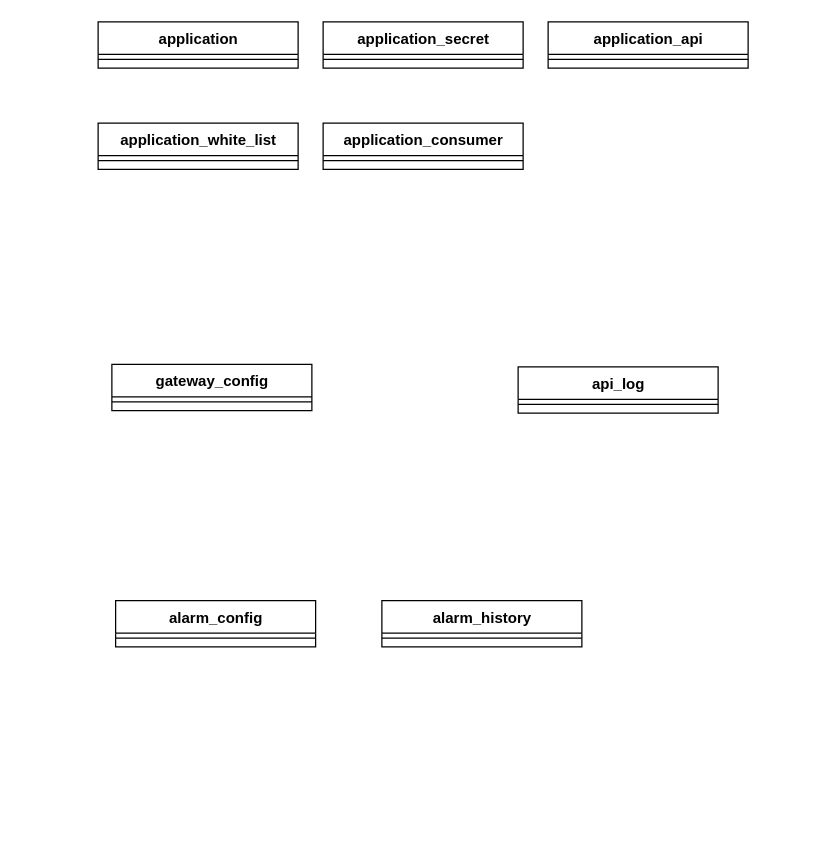
Above: 未命名绘图.drawio in mengfanzhen/drawio (draw.io), before the change. Source tidied: cells renumbered, new cells numbered last; positions are measured from the earlier drawing's top-left corner, leaving out a move shared by most shapes. Both pictures are drawn from the tidied source at 125%, with x=0, y=0 at pixel (98, 21).
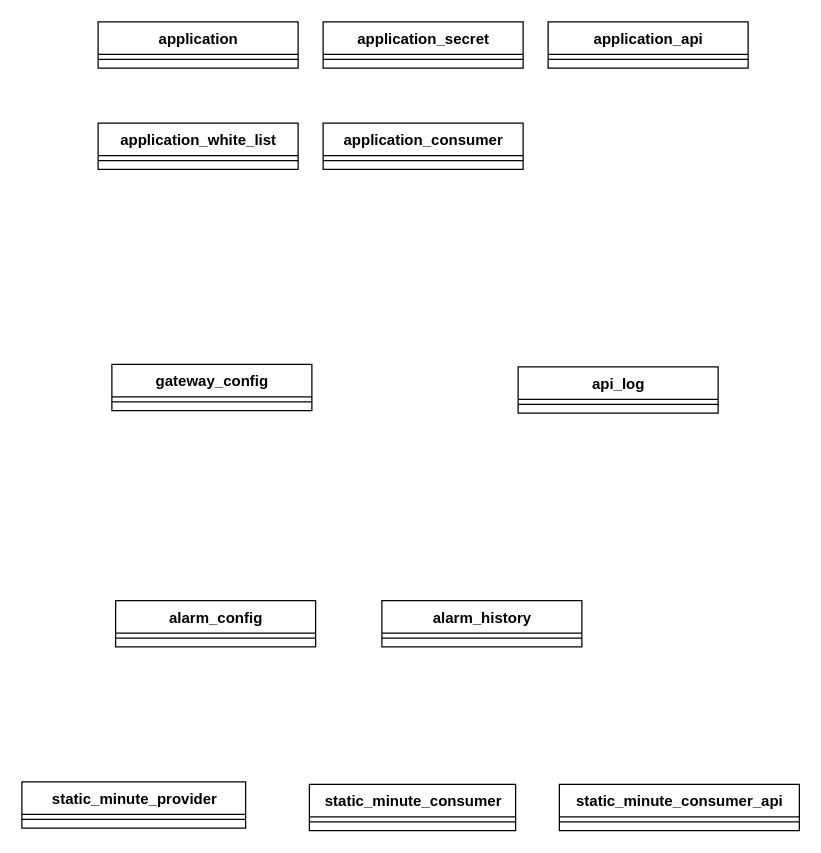
The same page after the edit.

Commit message:
更新未命名绘图.drawio

Diff of the diagram source:
```diff
@@
+    <mxCell id="20" value="&lt;font face=&quot;宋体&quot;&gt;static_minute_provider&lt;/font&gt;" style="swimlane;html=1;fontStyle=1;align=center;verticalAlign=top;horizontal=1;startSize=26;swimlaneFillColor=#ffffff;rounded=0;shadow=0;comic=0;labelBackgroundColor=none;strokeWidth=1;fillColor=none;fontFamily=Verdana;fontSize=12;" parent="1" vertex="1">
+      <mxGeometry x="-61" y="608" width="179" height="37" as="geometry" />
+    </mxCell>
+    <mxCell id="21" style="line;html=1;strokeWidth=1;fillColor=none;align=left;verticalAlign=middle;spacingTop=-1;spacingLeft=3;spacingRight=3;labelPosition=right;" parent="20" vertex="1">
+      <mxGeometry y="26" width="179" height="8" as="geometry" />
+    </mxCell>
+    <mxCell id="22" value="&lt;font face=&quot;宋体&quot;&gt;static_minute_consumer&lt;/font&gt;" style="swimlane;html=1;fontStyle=1;align=center;verticalAlign=top;horizontal=1;startSize=26;swimlaneFillColor=#ffffff;rounded=0;shadow=0;comic=0;labelBackgroundColor=none;strokeWidth=1;fillColor=none;fontFamily=Verdana;fontSize=12;" parent="1" vertex="1">
+      <mxGeometry x="169" y="610" width="165" height="37" as="geometry" />
+    </mxCell>
+    <mxCell id="23" style="line;html=1;strokeWidth=1;fillColor=none;align=left;verticalAlign=middle;spacingTop=-1;spacingLeft=3;spacingRight=3;labelPosition=right;" parent="22" vertex="1">
+      <mxGeometry y="26" width="165" height="8" as="geometry" />
+    </mxCell>
+    <mxCell id="24" value="&lt;font face=&quot;宋体&quot;&gt;static_minute_consumer_api&lt;/font&gt;" style="swimlane;html=1;fontStyle=1;align=center;verticalAlign=top;horizontal=1;startSize=26;swimlaneFillColor=#ffffff;rounded=0;shadow=0;comic=0;labelBackgroundColor=none;strokeWidth=1;fillColor=none;fontFamily=Verdana;fontSize=12;" parent="1" vertex="1">
+      <mxGeometry x="369" y="610" width="192" height="37" as="geometry" />
+    </mxCell>
+    <mxCell id="25" style="line;html=1;strokeWidth=1;fillColor=none;align=left;verticalAlign=middle;spacingTop=-1;spacingLeft=3;spacingRight=3;labelPosition=right;" parent="24" vertex="1">
+      <mxGeometry y="26" width="192" height="8" as="geometry" />
+    </mxCell>
```
